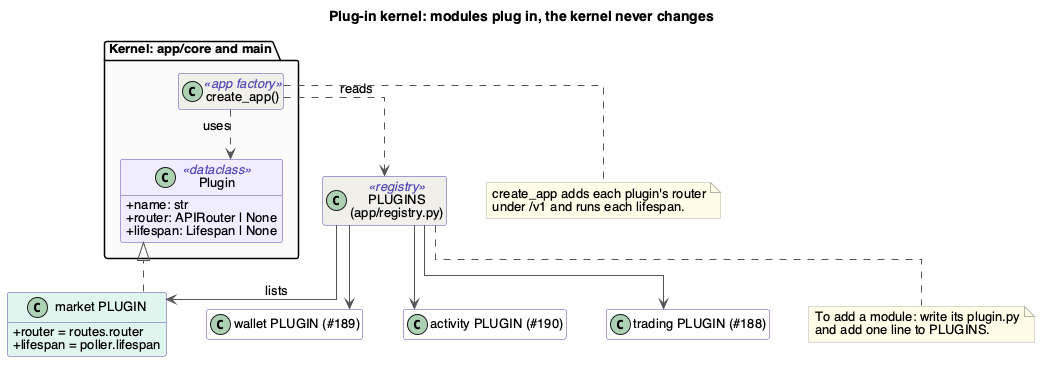
Earlier version of the PlantUML export docs/Design/SoftArchitecture/figures/plugin-kernel.png (davislenover/BurnNEarn).
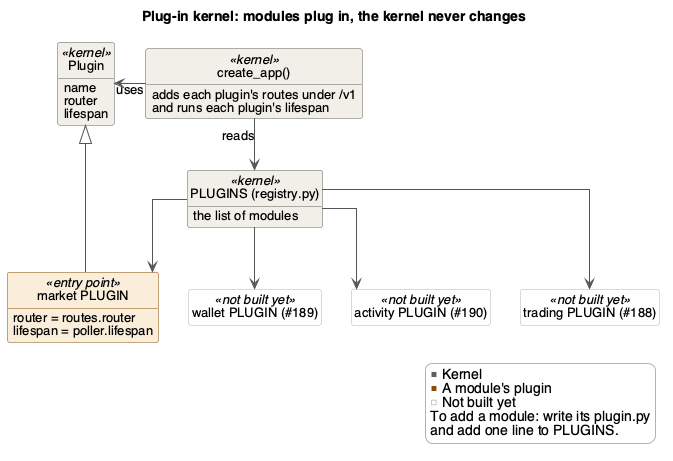
Above is the later version.

What changed in the source:
```diff
@@ -2,40 +2,40 @@
 !include style.iuml
 title Plug-in kernel: modules plug in, the kernel never changes
 
-package "Kernel: app/core and main" #FAFAFA {
-  class "create_app()" as create_app <<app factory>> #F1EFE8
-  class Plugin <<dataclass>> {
-    +name: str
-    +router: APIRouter | None
-    +lifespan: Lifespan | None
-  }
+class "create_app()" as create_app <<kernel>> {
+  adds each plugin's routes under /v1
+  and runs each plugin's lifespan
+}
+class "PLUGINS (registry.py)" as registry <<kernel>> {
+  the list of modules
+}
+class Plugin <<kernel>> {
+  name
+  router
+  lifespan
 }
 
-class "PLUGINS\n(app/registry.py)" as registry <<registry>> #F1EFE8
+class "market PLUGIN" as market <<entry point>> {
+  router = routes.router
+  lifespan = poller.lifespan
+}
+class "wallet PLUGIN (#189)" as wallet <<not built yet>>
+class "activity PLUGIN (#190)" as activity <<not built yet>>
+class "trading PLUGIN (#188)" as trading <<not built yet>>
 
-class "market PLUGIN" as market #E1F5EE {
-  +router = routes.router
-  +lifespan = poller.lifespan
-}
-class "wallet PLUGIN (#189)" as wallet #FFFFFF
-class "activity PLUGIN (#190)" as activity #FFFFFF
-class "trading PLUGIN (#188)" as trading #FFFFFF
-
-create_app ..> registry : reads
-registry --> market : lists
+create_app --> registry : reads
+create_app -left-> Plugin : uses
+registry --> market
 registry --> wallet
 registry --> activity
 registry --> trading
-market ..|> Plugin
-create_app ..> Plugin : uses
+market -up-|> Plugin
 
-note bottom of create_app
-  create_app adds each plugin's router
-  under /v1 and runs each lifespan.
-end note
-
-note bottom of registry
+legend right
+  <color:#5F5E5A>■</color> Kernel
+  <color:#854F0B>■</color> A module's plugin
+  <color:#B4B2A9>□</color> Not built yet
   To add a module: write its plugin.py
   and add one line to PLUGINS.
-end note
+endlegend
 @enduml
```
